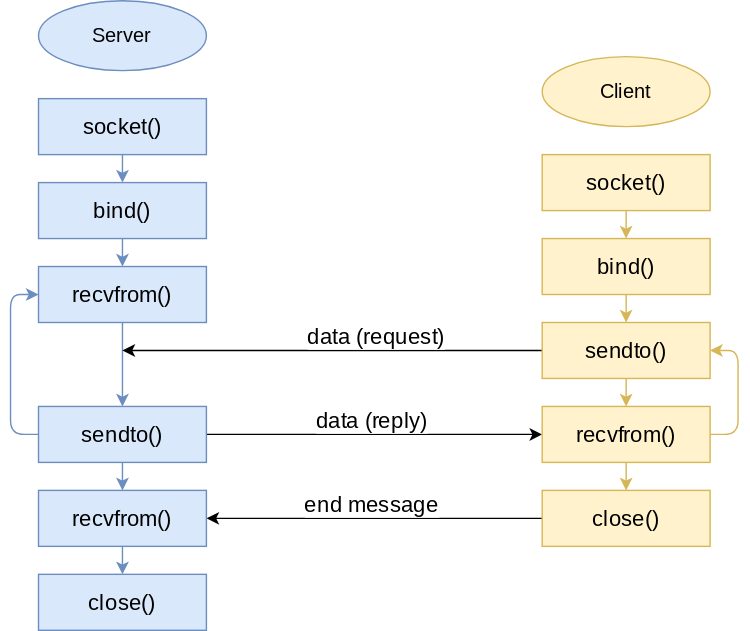
mse-csel/website keeps this draw.io diagram as docs/programmation-systeme/ordonnanceur/assets/socket-udp.drawio.svg. Above is the earlier version. Source tidied: cells renumbered, new cells last; positions are measured from the earlier drawing's top-left corner, leaving out a move shared by most shapes.
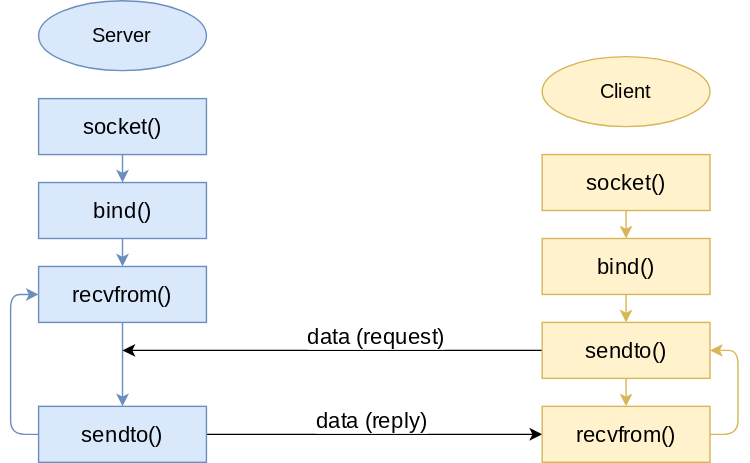
After the commit.

Change to the diagram source:
```diff
@@ -78,37 +78,11 @@
         </Array>
       </mxGeometry>
     </mxCell>
-    <mxCell id="22" style="edgeStyle=none;html=1;exitX=0.5;exitY=1;exitDx=0;exitDy=0;entryX=0.5;entryY=0;entryDx=0;entryDy=0;fontFamily=Roboto;fontSource=https%3A%2F%2Ffonts.googleapis.com%2Fcss%3Ffamily%3DRoboto;fontSize=16;startArrow=none;startFill=0;fillColor=#fff2cc;strokeColor=#d6b656;" parent="1" edge="1" source="23" target="28">
-      <mxGeometry relative="1" as="geometry" />
-    </mxCell>
     <mxCell id="23" value="&lt;font face=&quot;Source Code Pro&quot;&gt;&lt;span style=&quot;font-size: 16px&quot;&gt;recvfrom()&lt;/span&gt;&lt;/font&gt;" style="rounded=0;whiteSpace=wrap;html=1;fillColor=#fff2cc;strokeColor=#d6b656;" parent="1" vertex="1">
       <mxGeometry x="380" y="290" width="120" height="40" as="geometry" />
     </mxCell>
-    <mxCell id="24" style="edgeStyle=none;html=1;exitX=0.5;exitY=1;exitDx=0;exitDy=0;entryX=0.5;entryY=0;entryDx=0;entryDy=0;fillColor=#dae8fc;strokeColor=#6c8ebf;" parent="1" edge="1" source="25" target="31">
-      <mxGeometry relative="1" as="geometry" />
-    </mxCell>
     <mxCell id="25" value="&lt;font face=&quot;Source Code Pro&quot;&gt;&lt;span style=&quot;font-size: 16px&quot;&gt;sendto()&lt;/span&gt;&lt;/font&gt;" style="rounded=0;whiteSpace=wrap;html=1;fillColor=#dae8fc;strokeColor=#6c8ebf;" parent="1" vertex="1">
       <mxGeometry x="20" y="290" width="120" height="40" as="geometry" />
     </mxCell>
-    <mxCell id="26" style="edgeStyle=none;html=1;exitX=0;exitY=0.5;exitDx=0;exitDy=0;fontFamily=Roboto;fontSource=https%3A%2F%2Ffonts.googleapis.com%2Fcss%3Ffamily%3DRoboto;fontSize=16;startArrow=none;startFill=0;entryX=1;entryY=0.5;entryDx=0;entryDy=0;" parent="1" edge="1" source="28" target="31">
-      <mxGeometry relative="1" as="geometry" />
-    </mxCell>
-    <mxCell id="27" value="end message" style="edgeLabel;html=1;align=center;verticalAlign=middle;fontSize=16;fontFamily=Roboto;" parent="26" vertex="1">
-      <mxGeometry x="0.14" relative="1" as="geometry">
-        <mxPoint x="14" y="-11" as="offset" />
-      </mxGeometry>
-    </mxCell>
-    <mxCell id="28" value="&lt;font face=&quot;Source Code Pro&quot;&gt;&lt;span style=&quot;font-size: 16px&quot;&gt;close()&lt;/span&gt;&lt;/font&gt;" style="rounded=0;whiteSpace=wrap;html=1;fillColor=#fff2cc;strokeColor=#d6b656;" parent="1" vertex="1">
-      <mxGeometry x="380" y="350" width="120" height="40" as="geometry" />
-    </mxCell>
-    <mxCell id="29" value="&lt;font face=&quot;Source Code Pro&quot;&gt;&lt;span style=&quot;font-size: 16px&quot;&gt;close()&lt;/span&gt;&lt;/font&gt;" style="rounded=0;whiteSpace=wrap;html=1;fillColor=#dae8fc;strokeColor=#6c8ebf;" parent="1" vertex="1">
-      <mxGeometry x="20" y="410" width="120" height="40" as="geometry" />
-    </mxCell>
-    <mxCell id="30" style="edgeStyle=none;html=1;exitX=0.5;exitY=1;exitDx=0;exitDy=0;entryX=0.5;entryY=0;entryDx=0;entryDy=0;fillColor=#dae8fc;strokeColor=#6c8ebf;" parent="1" edge="1" source="31" target="29">
-      <mxGeometry relative="1" as="geometry" />
-    </mxCell>
-    <mxCell id="31" value="&lt;font face=&quot;Source Code Pro&quot;&gt;&lt;span style=&quot;font-size: 16px&quot;&gt;recvfrom()&lt;/span&gt;&lt;/font&gt;" style="rounded=0;whiteSpace=wrap;html=1;fillColor=#dae8fc;strokeColor=#6c8ebf;" parent="1" vertex="1">
-      <mxGeometry x="20" y="350" width="120" height="40" as="geometry" />
-    </mxCell>
   </root>
 </mxGraphModel>
```
